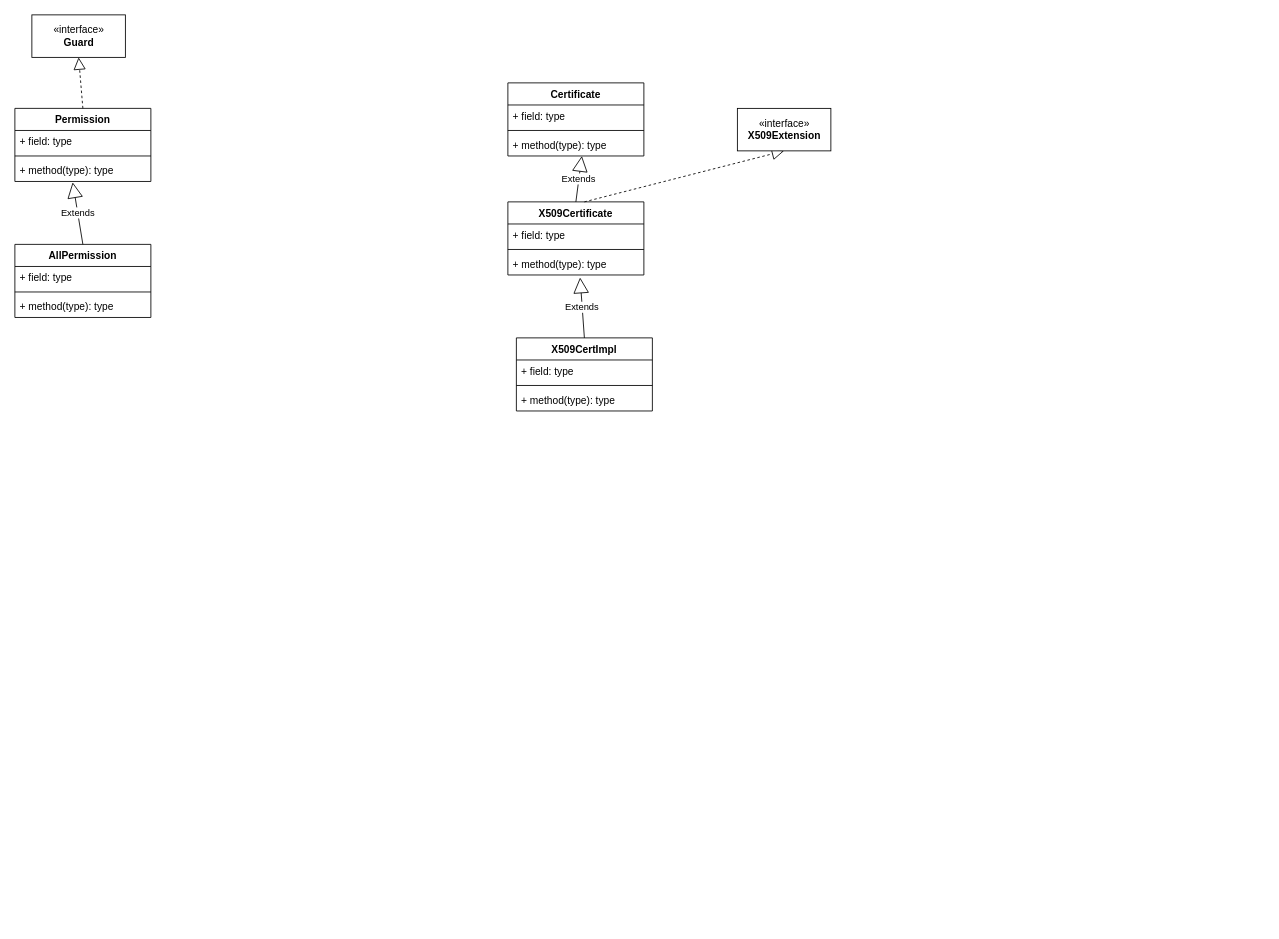
This is page "安全" (9 of 12) of JDK.drawio from tadsimons/draw, a draw.io file, before an edit. Source tidied: cells renumbered, new cells numbered last; positions are measured from the earlier drawing's top-left corner, leaving out a move shared by most shapes. Both pictures are drawn from the tidied source at 85%, with x=0, y=0 at pixel (14, 14).
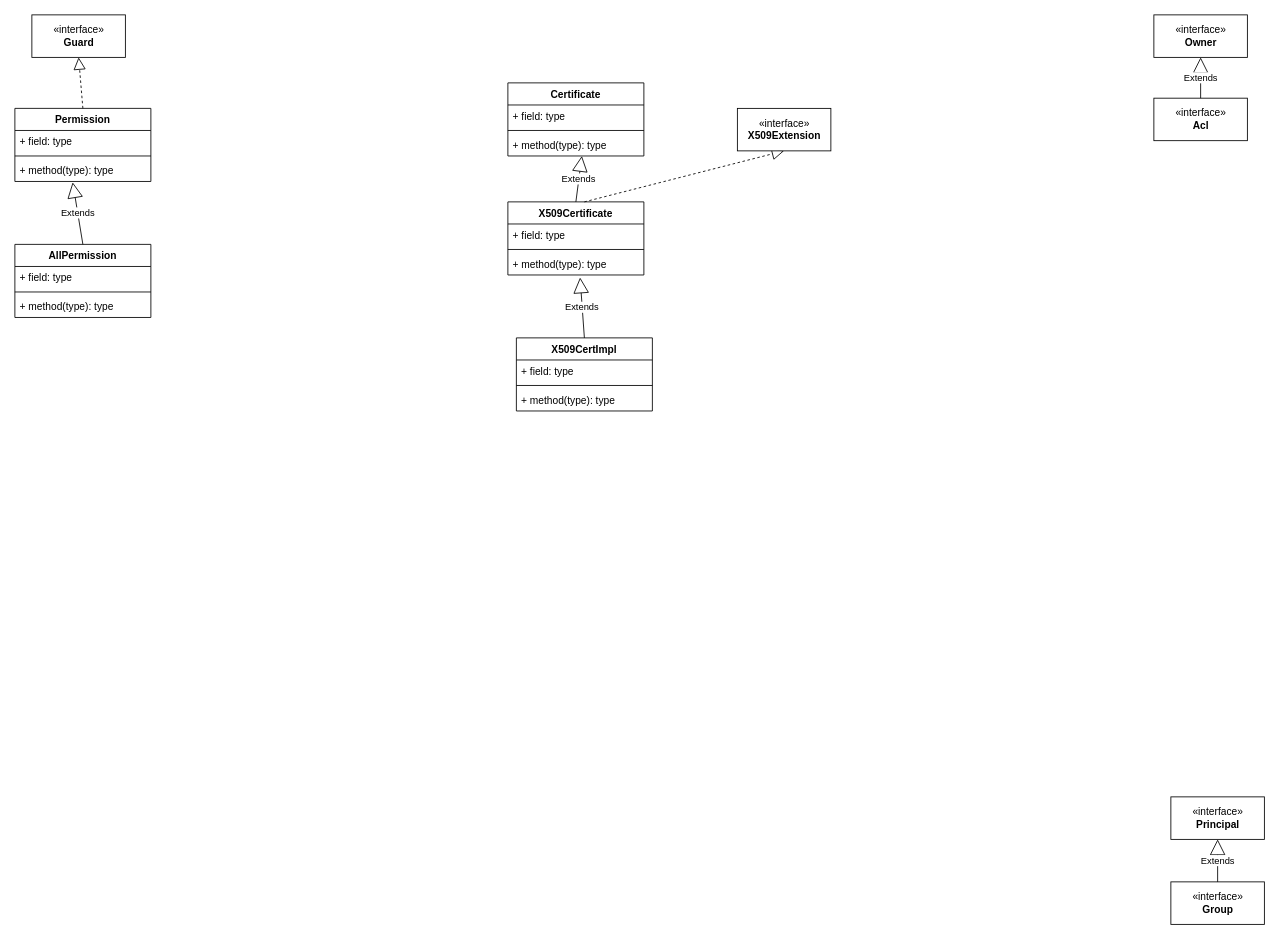
After the change.

Diff of the diagram source:
```diff
@@
+    <mxCell id="29" value="«interface»&lt;br&gt;&lt;b&gt;Owner&lt;/b&gt;" style="html=1;" parent="1" vertex="1">
+      <mxGeometry x="1340" width="110" height="50" as="geometry" />
+    </mxCell>
+    <mxCell id="30" value="«interface»&lt;br&gt;&lt;b&gt;Acl&lt;/b&gt;" style="html=1;" parent="1" vertex="1">
+      <mxGeometry x="1340" y="98" width="110" height="50" as="geometry" />
+    </mxCell>
+    <mxCell id="31" value="Extends" style="endArrow=block;endSize=16;endFill=0;html=1;entryX=0.5;entryY=1;entryDx=0;entryDy=0;exitX=0.5;exitY=0;exitDx=0;exitDy=0;" parent="1" edge="1" source="30" target="29">
+      <mxGeometry relative="1" as="geometry" />
+    </mxCell>
+    <mxCell id="32" value="«interface»&lt;br&gt;&lt;b&gt;Principal&lt;/b&gt;" style="html=1;" parent="1" vertex="1">
+      <mxGeometry x="1360" y="920" width="110" height="50" as="geometry" />
+    </mxCell>
+    <mxCell id="33" value="«interface»&lt;br&gt;&lt;b&gt;Group&lt;/b&gt;" style="html=1;" parent="1" vertex="1">
+      <mxGeometry x="1360" y="1020" width="110" height="50" as="geometry" />
+    </mxCell>
+    <mxCell id="34" value="Extends" style="endArrow=block;endSize=16;endFill=0;html=1;entryX=0.5;entryY=1;entryDx=0;entryDy=0;exitX=0.5;exitY=0;exitDx=0;exitDy=0;" parent="1" edge="1" source="33" target="32">
+      <mxGeometry relative="1" as="geometry" />
+    </mxCell>
```
